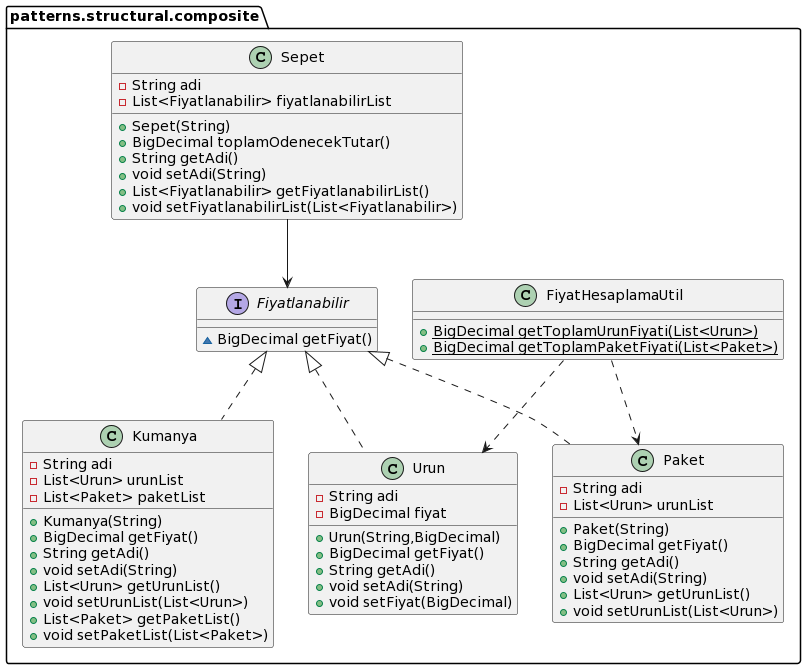
Earlier version of the PlantUML export umls/structural/CompositeUML.png (MertBaran/Design-Patterns). The source it was exported from:
```plantuml
@startuml
class patterns.structural.composite.Kumanya {
- String adi
- List<Urun> urunList
- List<Paket> paketList
+ Kumanya(String)
+ BigDecimal getFiyat()
+ String getAdi()
+ void setAdi(String)
+ List<Urun> getUrunList()
+ void setUrunList(List<Urun>)
+ List<Paket> getPaketList()
+ void setPaketList(List<Paket>)
}
interface patterns.structural.composite.Fiyatlanabilir {
~ BigDecimal getFiyat()
}
class patterns.structural.composite.FiyatHesaplamaUtil {
+ {static} BigDecimal getToplamUrunFiyati(List<Urun>)
+ {static} BigDecimal getToplamPaketFiyati(List<Paket>)
}
class patterns.structural.composite.Urun {
- String adi
- BigDecimal fiyat
+ Urun(String,BigDecimal)
+ BigDecimal getFiyat()
+ String getAdi()
+ void setAdi(String)
+ void setFiyat(BigDecimal)
}
class patterns.structural.composite.Paket {
- String adi
- List<Urun> urunList
+ Paket(String)
+ BigDecimal getFiyat()
+ String getAdi()
+ void setAdi(String)
+ List<Urun> getUrunList()
+ void setUrunList(List<Urun>)
}
class patterns.structural.composite.Sepet {
- String adi
- List<Fiyatlanabilir> fiyatlanabilirList
+ Sepet(String)
+ BigDecimal toplamOdenecekTutar()
+ String getAdi()
+ void setAdi(String)
+ List<Fiyatlanabilir> getFiyatlanabilirList()
+ void setFiyatlanabilirList(List<Fiyatlanabilir>)
}
patterns.structural.composite.Sepet --> patterns.structural.composite.Fiyatlanabilir
patterns.structural.composite.FiyatHesaplamaUtil ..> patterns.structural.composite.Paket
patterns.structural.composite.FiyatHesaplamaUtil ..> patterns.structural.composite.Urun
patterns.structural.composite.Fiyatlanabilir <|.. patterns.structural.composite.Kumanya
patterns.structural.composite.Fiyatlanabilir <|.. patterns.structural.composite.Urun
patterns.structural.composite.Fiyatlanabilir <|.. patterns.structural.composite.Paket
@enduml
```
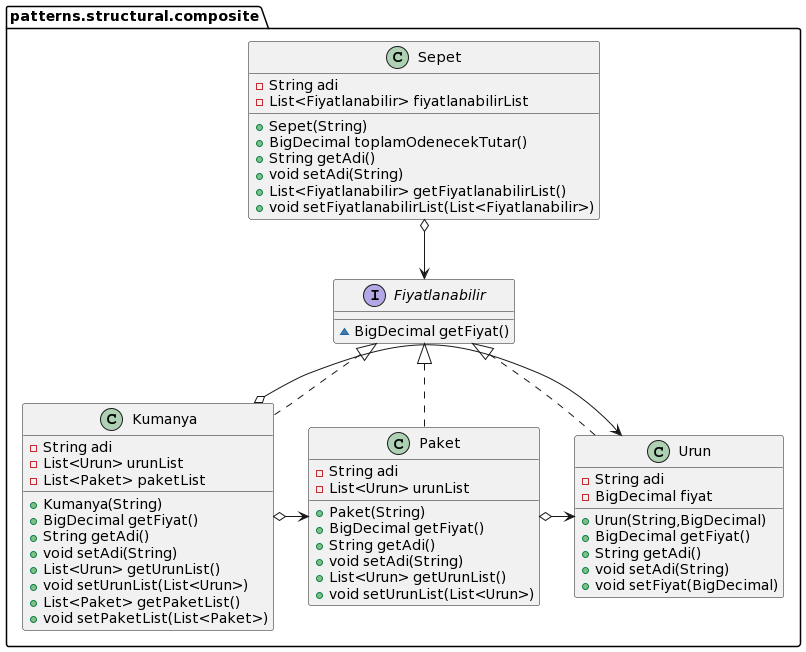
After the change.

Diff of the diagram source:
```diff
@@ -15,10 +15,7 @@
 interface patterns.structural.composite.Fiyatlanabilir {
 ~ BigDecimal getFiyat()
 }
-class patterns.structural.composite.FiyatHesaplamaUtil {
-+ {static} BigDecimal getToplamUrunFiyati(List<Urun>)
-+ {static} BigDecimal getToplamPaketFiyati(List<Paket>)
-}
+
 class patterns.structural.composite.Urun {
 - String adi
 - BigDecimal fiyat
@@ -48,9 +45,10 @@
 + List<Fiyatlanabilir> getFiyatlanabilirList()
 + void setFiyatlanabilirList(List<Fiyatlanabilir>)
 }
-patterns.structural.composite.Sepet --> patterns.structural.composite.Fiyatlanabilir
-patterns.structural.composite.FiyatHesaplamaUtil ..> patterns.structural.composite.Paket
-patterns.structural.composite.FiyatHesaplamaUtil ..> patterns.structural.composite.Urun
+patterns.structural.composite.Sepet o--> patterns.structural.composite.Fiyatlanabilir
+patterns.structural.composite.Kumanya o-> patterns.structural.composite.Urun
+patterns.structural.composite.Kumanya o-> patterns.structural.composite.Paket
+patterns.structural.composite.Paket o-> patterns.structural.composite.Urun
 patterns.structural.composite.Fiyatlanabilir <|.. patterns.structural.composite.Kumanya
 patterns.structural.composite.Fiyatlanabilir <|.. patterns.structural.composite.Urun
 patterns.structural.composite.Fiyatlanabilir <|.. patterns.structural.composite.Paket
```
